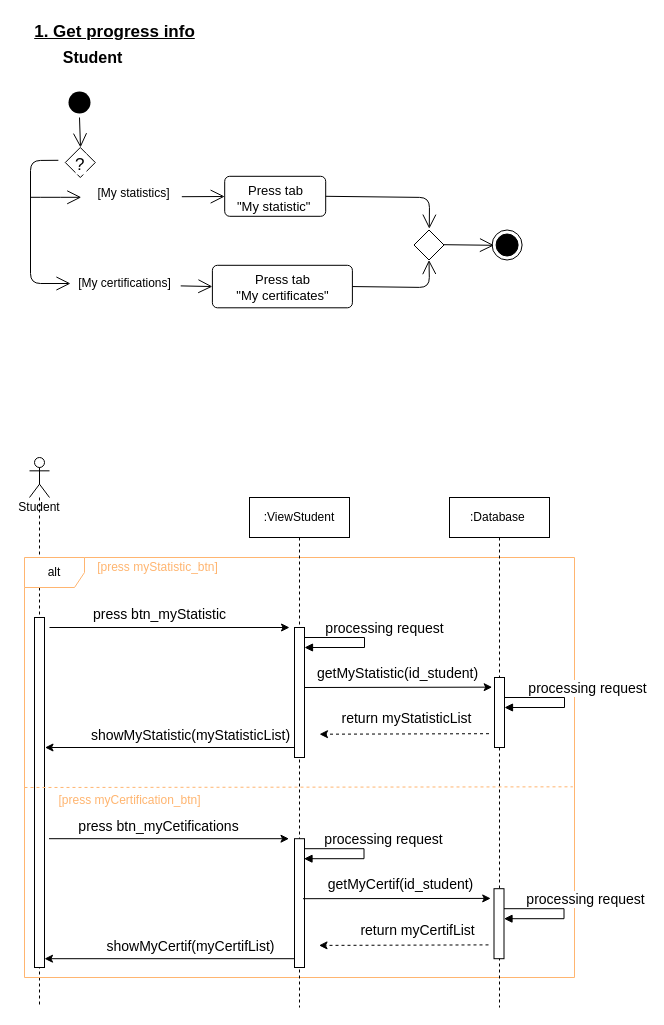
Before: page "getProgressInfoStudent" (1 of 8) of activity_diagram.drawio in alsousha/projectFinish, a draw.io diagram. Source tidied: cells renumbered, new cells numbered last; positions are measured from the earlier drawing's top-left corner, leaving out a move shared by most shapes. Both pictures are drawn from the tidied source at 100%, with x=0, y=0 at pixel (24, 17).
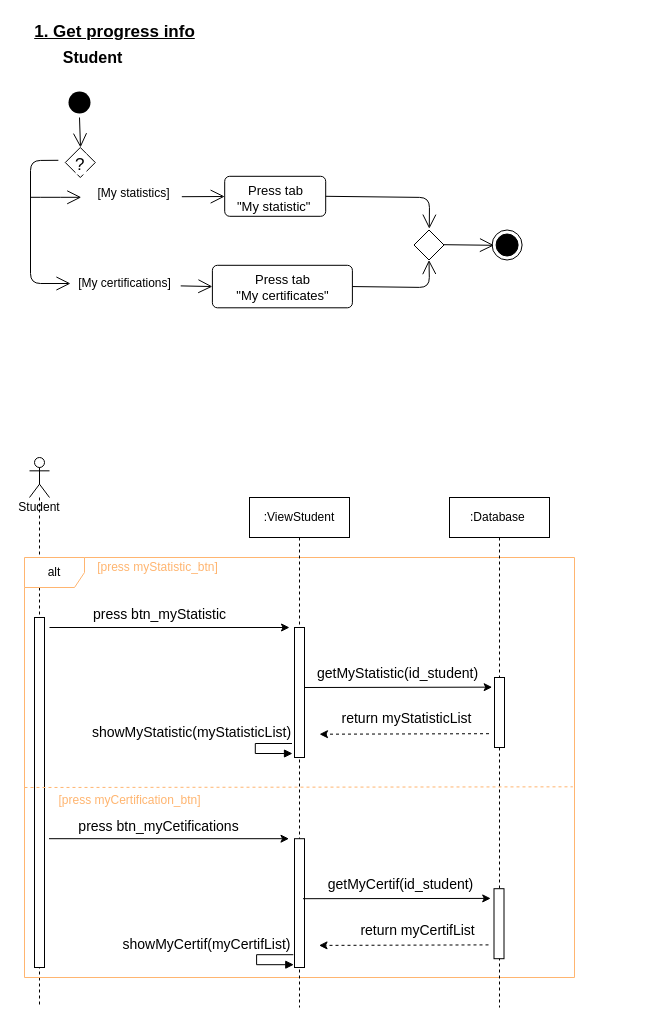
Above is the later version.

Diff of the diagram source:
```diff
@@
-    <mxCell id="30" style="endArrow=classic;html=1;" parent="1" edge="1">
-      <mxGeometry relative="1" as="geometry">
-        <mxPoint x="270" y="730" as="sourcePoint" />
-        <mxPoint x="20.5" y="730" as="targetPoint" />
-      </mxGeometry>
-    </mxCell>
-    <mxCell id="31" value="&lt;font style=&quot;font-size: 14px&quot;&gt;showMyStatistic(myStatisticList)&lt;/font&gt;" style="edgeLabel;html=1;align=center;verticalAlign=middle;" parent="30" vertex="1">
-      <mxGeometry x="-0.38" y="6" relative="1" as="geometry">
-        <mxPoint x="-27.5" y="-19" as="offset" />
-      </mxGeometry>
-    </mxCell>
@@
-    <mxCell id="34" style="edgeStyle=orthogonalEdgeStyle;html=1;align=left;spacingLeft=2;endArrow=block;rounded=0;strokeColor=#000000;" parent="1" edge="1">
-      <mxGeometry x="-0.11" y="66" relative="1" as="geometry">
-        <mxPoint x="280" y="620" as="sourcePoint" />
-        <mxPoint x="280" y="630" as="targetPoint" />
-        <Array as="points">
-          <mxPoint x="340" y="620" />
-          <mxPoint x="340" y="630" />
-          <mxPoint x="286" y="630" />
-        </Array>
-        <mxPoint x="-27" y="-53" as="offset" />
-      </mxGeometry>
-    </mxCell>
-    <mxCell id="35" value="&lt;font style=&quot;font-size: 14px&quot;&gt;processing request&lt;/font&gt;" style="edgeLabel;html=1;align=center;verticalAlign=middle;" parent="34" vertex="1">
-      <mxGeometry x="-0.39" y="2" relative="1" as="geometry">
-        <mxPoint x="39.2" y="-8" as="offset" />
-      </mxGeometry>
-    </mxCell>
@@
-    <mxCell id="38" style="edgeStyle=orthogonalEdgeStyle;html=1;align=left;spacingLeft=2;endArrow=block;rounded=0;strokeColor=#000000;" parent="1" edge="1">
-      <mxGeometry x="-0.11" y="66" relative="1" as="geometry">
-        <mxPoint x="480" y="680" as="sourcePoint" />
-        <mxPoint x="480" y="690" as="targetPoint" />
-        <Array as="points">
-          <mxPoint x="540" y="680" />
-          <mxPoint x="540" y="690" />
-          <mxPoint x="486" y="690" />
-        </Array>
-        <mxPoint x="-27" y="-53" as="offset" />
-      </mxGeometry>
-    </mxCell>
-    <mxCell id="39" value="&lt;font style=&quot;font-size: 14px&quot;&gt;processing request&lt;/font&gt;" style="edgeLabel;html=1;align=center;verticalAlign=middle;" parent="38" vertex="1">
-      <mxGeometry x="-0.39" y="2" relative="1" as="geometry">
-        <mxPoint x="42.2" y="-8" as="offset" />
-      </mxGeometry>
-    </mxCell>
@@
-    <mxCell id="43" style="endArrow=classic;html=1;" parent="1" edge="1">
-      <mxGeometry relative="1" as="geometry">
-        <mxPoint x="269.5" y="941.2" as="sourcePoint" />
-        <mxPoint x="20" y="941.2" as="targetPoint" />
-      </mxGeometry>
-    </mxCell>
-    <mxCell id="44" value="&lt;font style=&quot;font-size: 14px&quot;&gt;showMyCertif(myCertifList)&lt;/font&gt;" style="edgeLabel;html=1;align=center;verticalAlign=middle;" parent="43" vertex="1">
-      <mxGeometry x="-0.38" y="6" relative="1" as="geometry">
-        <mxPoint x="-27.5" y="-19" as="offset" />
-      </mxGeometry>
-    </mxCell>
@@
-    <mxCell id="47" style="edgeStyle=orthogonalEdgeStyle;html=1;align=left;spacingLeft=2;endArrow=block;rounded=0;strokeColor=#000000;" parent="1" edge="1">
-      <mxGeometry x="-0.11" y="66" relative="1" as="geometry">
-        <mxPoint x="279.5" y="831.2" as="sourcePoint" />
-        <mxPoint x="279.5" y="841.2" as="targetPoint" />
-        <Array as="points">
-          <mxPoint x="339.5" y="831.2" />
-          <mxPoint x="339.5" y="841.2" />
-          <mxPoint x="285.5" y="841.2" />
-        </Array>
-        <mxPoint x="-27" y="-53" as="offset" />
-      </mxGeometry>
-    </mxCell>
-    <mxCell id="48" value="&lt;font style=&quot;font-size: 14px&quot;&gt;processing request&lt;/font&gt;" style="edgeLabel;html=1;align=center;verticalAlign=middle;" parent="47" vertex="1">
-      <mxGeometry x="-0.39" y="2" relative="1" as="geometry">
-        <mxPoint x="39.2" y="-8" as="offset" />
-      </mxGeometry>
-    </mxCell>
@@
-    <mxCell id="51" style="edgeStyle=orthogonalEdgeStyle;html=1;align=left;spacingLeft=2;endArrow=block;rounded=0;strokeColor=#000000;" parent="1" edge="1">
-      <mxGeometry x="-0.11" y="66" relative="1" as="geometry">
-        <mxPoint x="479.5" y="891.2" as="sourcePoint" />
-        <mxPoint x="479.5" y="901.2" as="targetPoint" />
-        <Array as="points">
-          <mxPoint x="539.5" y="891.2" />
-          <mxPoint x="539.5" y="901.2" />
-          <mxPoint x="485.5" y="901.2" />
-        </Array>
-        <mxPoint x="-27" y="-53" as="offset" />
-      </mxGeometry>
-    </mxCell>
-    <mxCell id="52" value="&lt;font style=&quot;font-size: 14px&quot;&gt;processing request&lt;/font&gt;" style="edgeLabel;html=1;align=center;verticalAlign=middle;" parent="51" vertex="1">
-      <mxGeometry x="-0.39" y="2" relative="1" as="geometry">
-        <mxPoint x="41.2" y="-8" as="offset" />
-      </mxGeometry>
-    </mxCell>
@@
+    <mxCell id="56" style="edgeStyle=orthogonalEdgeStyle;html=1;align=left;spacingLeft=2;endArrow=block;rounded=0;strokeColor=#000000;" parent="1" edge="1">
+      <mxGeometry x="-0.11" y="66" relative="1" as="geometry">
+        <mxPoint x="268.8" y="937.2" as="sourcePoint" />
+        <mxPoint x="269.3" y="947.2" as="targetPoint" />
+        <Array as="points">
+          <mxPoint x="232.1" y="937.2" />
+          <mxPoint x="232.1" y="947.2" />
+        </Array>
+        <mxPoint x="-27" y="-53" as="offset" />
+      </mxGeometry>
+    </mxCell>
+    <mxCell id="44" value="&lt;font style=&quot;font-size: 14px&quot;&gt;showMyCertif(myCertifList)&lt;/font&gt;" style="edgeLabel;html=1;align=center;verticalAlign=middle;" parent="56" vertex="1">
+      <mxGeometry x="-0.32" relative="1" as="geometry">
+        <mxPoint x="-58.2" y="-11.2" as="offset" />
+      </mxGeometry>
+    </mxCell>
+    <mxCell id="57" style="edgeStyle=orthogonalEdgeStyle;html=1;align=left;spacingLeft=2;endArrow=block;rounded=0;strokeColor=#000000;" parent="1" edge="1">
+      <mxGeometry x="-0.11" y="66" relative="1" as="geometry">
+        <mxPoint x="267.5" y="726" as="sourcePoint" />
+        <mxPoint x="268" y="736" as="targetPoint" />
+        <Array as="points">
+          <mxPoint x="230.8" y="726" />
+          <mxPoint x="230.8" y="736" />
+        </Array>
+        <mxPoint x="-27" y="-53" as="offset" />
+      </mxGeometry>
+    </mxCell>
+    <mxCell id="31" value="&lt;span style=&quot;font-size: 14px&quot;&gt;showMyStatistic(myStatisticList)&lt;/span&gt;" style="edgeLabel;html=1;align=center;verticalAlign=middle;" parent="57" vertex="1">
+      <mxGeometry x="-0.32" relative="1" as="geometry">
+        <mxPoint x="-72.2" y="-11.2" as="offset" />
+      </mxGeometry>
+    </mxCell>
```
